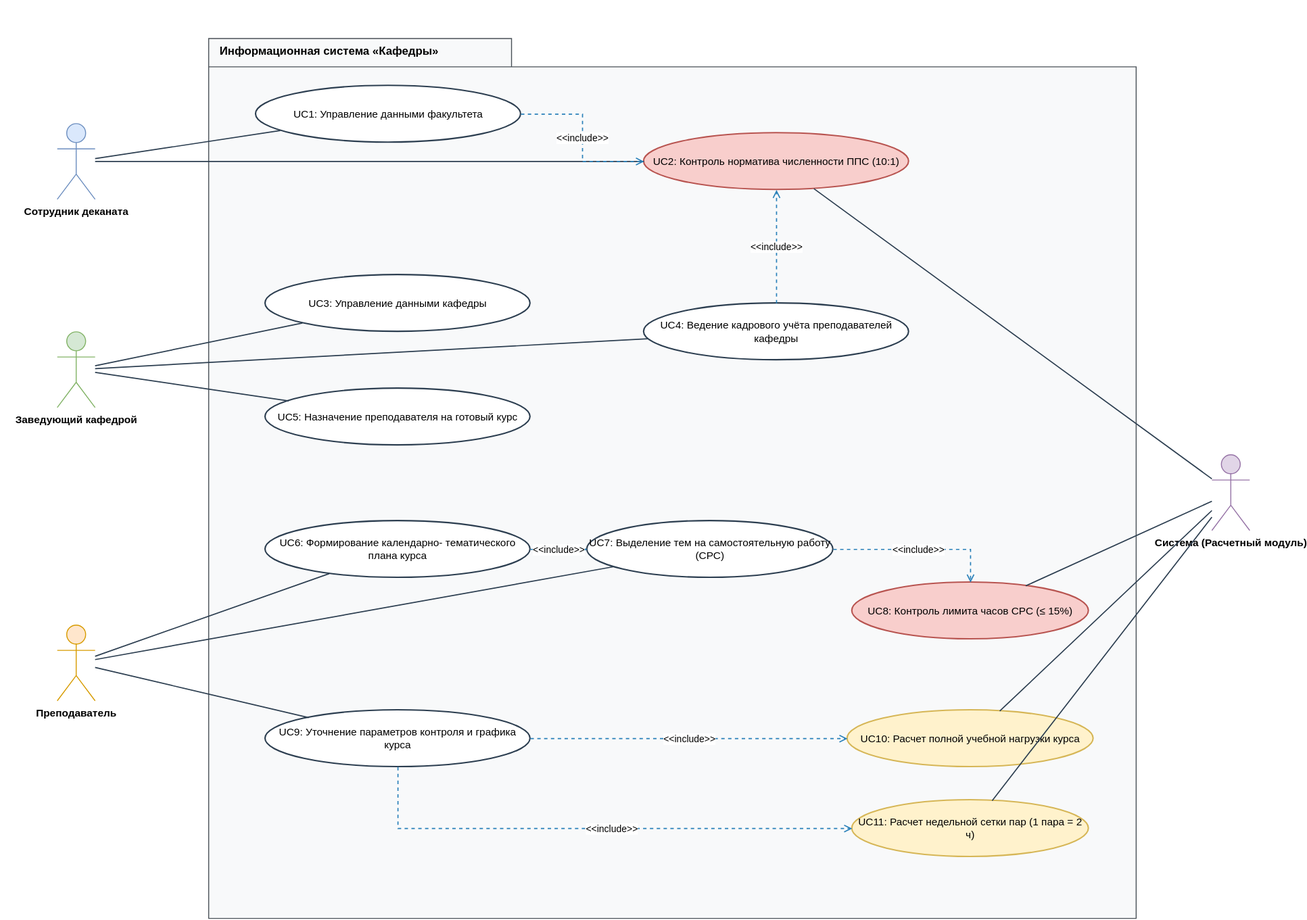
This is lab-3/use_case_diagram.drawio.svg from NomenConservandum/informational-systems-and-design-lab-exercises, a draw.io export, as it was before one commit. Source tidied: cells renumbered, new cells last; positions are measured from the earlier drawing's top-left corner, leaving out a move shared by most shapes.
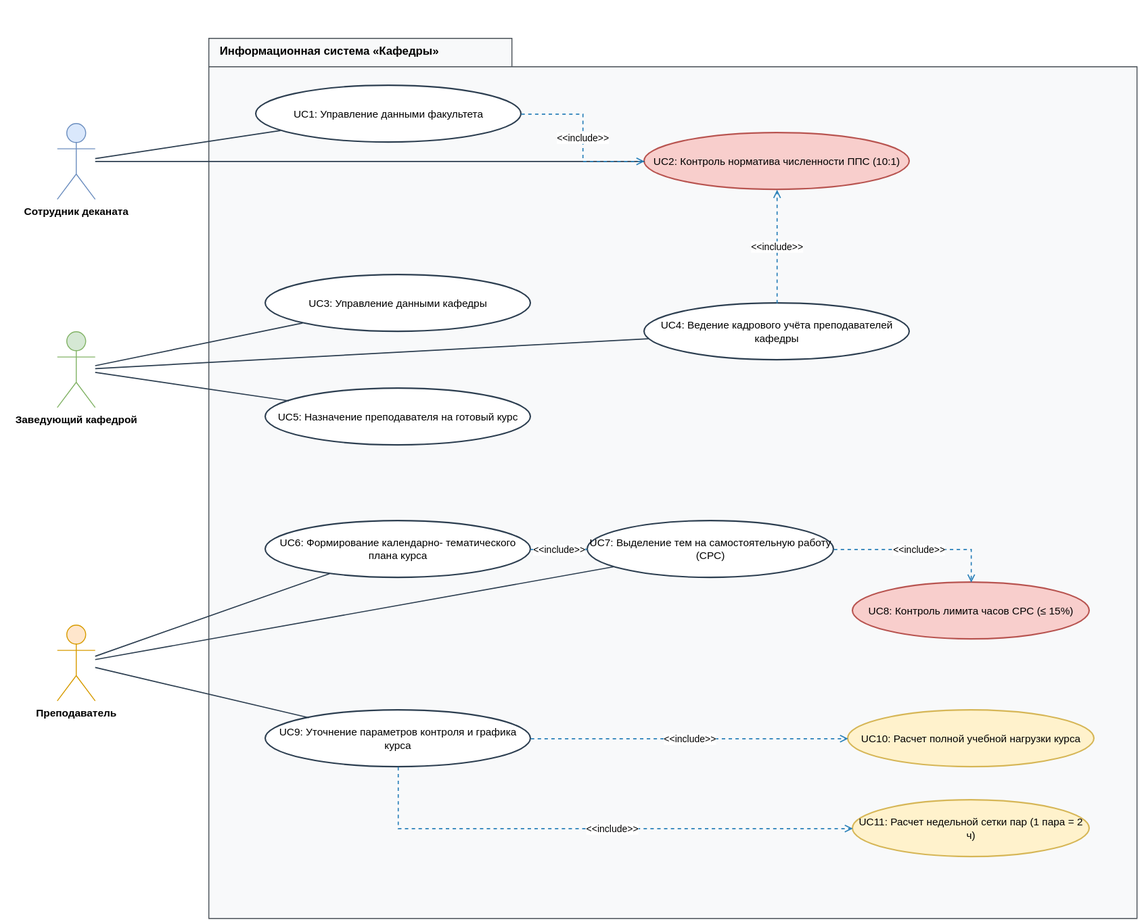
After the change.

The edit, as a diff of the source:
```diff
@@ -50,9 +50,6 @@
     <mxCell id="17" value="Преподаватель" style="shape=umlActor;verticalLabelPosition=bottom;verticalAlign=top;html=1;outlineConnect=0;fillColor=#ffe6cc;strokeColor=#d79b00;fontFamily=Helvetica;fontSize=11;fontStyle=1;" parent="1" vertex="1">
       <mxGeometry x="60" y="660" width="40" height="80" as="geometry" />
     </mxCell>
-    <mxCell id="18" value="Система&amp;#xa;(Расчетный модуль)" style="shape=umlActor;verticalLabelPosition=bottom;verticalAlign=top;html=1;outlineConnect=0;fillColor=#e1d5e7;strokeColor=#9673a6;fontFamily=Helvetica;fontSize=11;fontStyle=1;" parent="1" vertex="1">
-      <mxGeometry x="1280" y="480" width="40" height="80" as="geometry" />
-    </mxCell>
     <mxCell id="19" style="endArrow=none;html=1;strokeColor=#2C3E50;strokeWidth=1.2;" parent="1" edge="1" source="15" target="4">
       <mxGeometry relative="1" as="geometry" />
     </mxCell>
@@ -77,18 +74,6 @@
     <mxCell id="26" style="endArrow=none;html=1;strokeColor=#2C3E50;strokeWidth=1.2;" parent="1" edge="1" source="17" target="12">
       <mxGeometry relative="1" as="geometry" />
     </mxCell>
-    <mxCell id="27" style="endArrow=none;html=1;strokeColor=#2C3E50;strokeWidth=1.2;" parent="1" edge="1" source="18" target="5">
-      <mxGeometry relative="1" as="geometry" />
-    </mxCell>
-    <mxCell id="28" style="endArrow=none;html=1;strokeColor=#2C3E50;strokeWidth=1.2;" parent="1" edge="1" source="18" target="11">
-      <mxGeometry relative="1" as="geometry" />
-    </mxCell>
-    <mxCell id="29" style="endArrow=none;html=1;strokeColor=#2C3E50;strokeWidth=1.2;" parent="1" edge="1" source="18" target="13">
-      <mxGeometry relative="1" as="geometry" />
-    </mxCell>
-    <mxCell id="30" style="endArrow=none;html=1;strokeColor=#2C3E50;strokeWidth=1.2;" parent="1" edge="1" source="18" target="14">
-      <mxGeometry relative="1" as="geometry" />
-    </mxCell>
     <mxCell id="31" value="&amp;lt;&amp;lt;include&amp;gt;&amp;gt;" style="edgeStyle=orthogonalEdgeStyle;rounded=0;jettySize=auto;html=1;dashed=1;endArrow=open;endFill=0;strokeColor=#2980B9;strokeWidth=1.2;fontFamily=Helvetica;fontSize=10;" parent="1" edge="1" source="4" target="5">
       <mxGeometry relative="1" as="geometry" />
     </mxCell>
```
